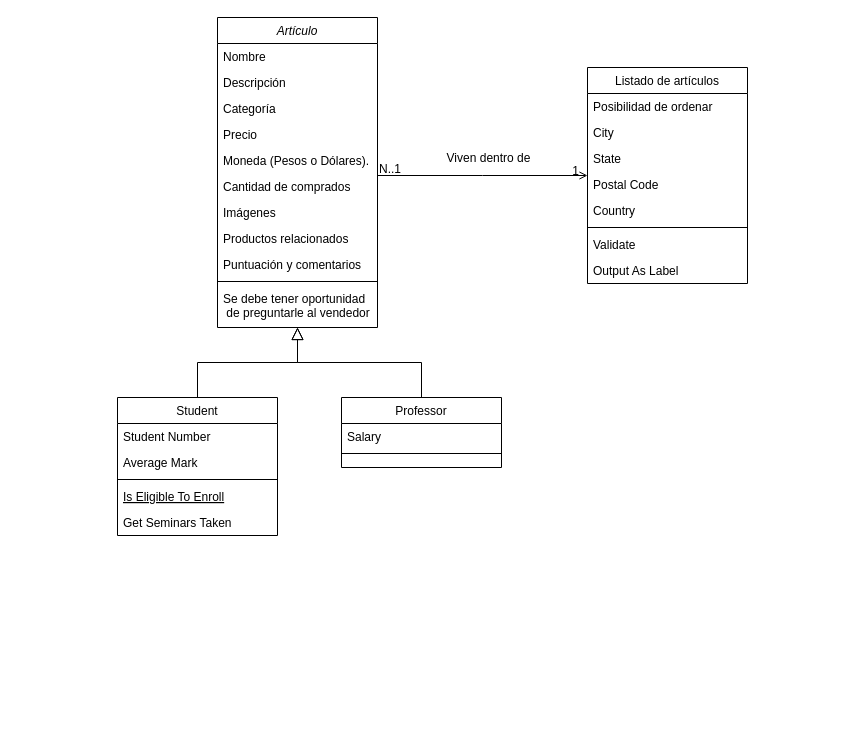
Earlier version of the draw.io diagram Untitled Diagram.drawio (ianarazny/works). Source tidied: cells renumbered, new cells numbered last; positions are measured from the earlier drawing's top-left corner, leaving out a move shared by most shapes. Both pictures are drawn from the tidied source at 100%, with x=0, y=0 at pixel (117, 17).
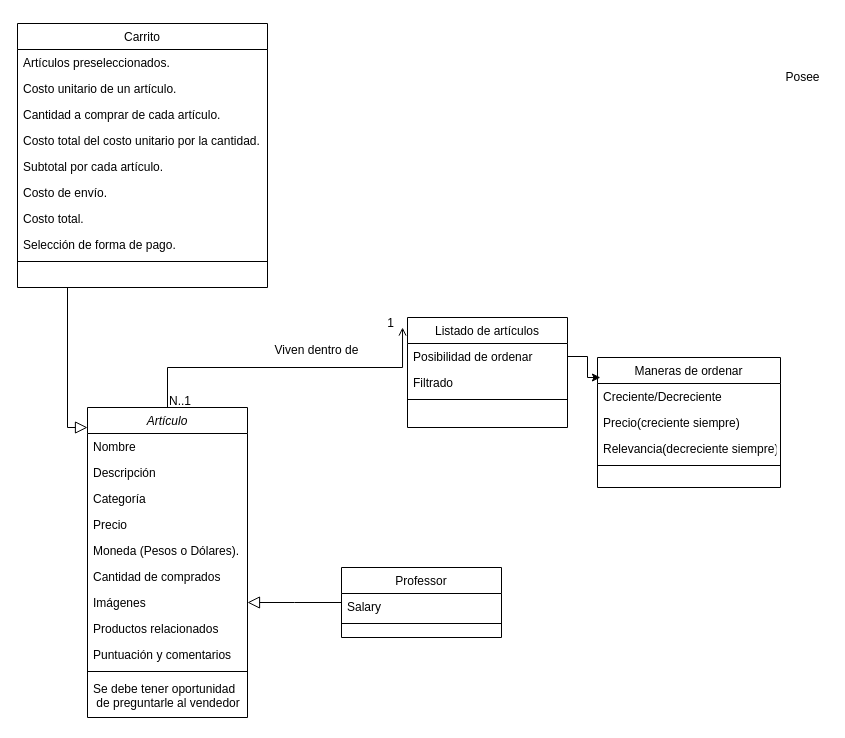
The same diagram, later.

Unchanged cells that the change refers to:
```xml
<mxCell id="26" value="Posibilidad de ordenar" style="text;align=left;verticalAlign=top;spacingLeft=4;spacingRight=4;overflow=hidden;points=[[0,0.5],[1,0.5]];portConstraint=eastwest;" parent="25" vertex="1">
  <mxGeometry y="26" width="160" height="26" as="geometry" />
</mxCell>
```

Diff of the diagram source:
```diff
@@
     <mxCell id="2" value="Artículo" style="swimlane;fontStyle=2;align=center;verticalAlign=top;horizontal=1;startSize=26;rounded=0;shadow=0;strokeWidth=1;" parent="1" vertex="1">
-      <mxGeometry x="100" width="160" height="310" as="geometry" />
+      <mxGeometry x="-30" y="390" width="160" height="310" as="geometry" />
     </mxCell>
@@
-    <mxCell id="14" value="Student" style="swimlane;fontStyle=0;align=center;verticalAlign=top;horizontal=1;startSize=26;rounded=0;shadow=0;strokeWidth=1;" parent="1" vertex="1">
-      <mxGeometry y="380" width="160" height="138" as="geometry" />
+    <mxCell id="14" value="Carrito" style="swimlane;fontStyle=0;align=center;verticalAlign=top;horizontal=1;startSize=26;rounded=0;shadow=0;strokeWidth=1;" parent="1" vertex="1">
+      <mxGeometry x="-100" y="6" width="250" height="264" as="geometry" />
     </mxCell>
-    <mxCell id="15" value="Student Number" style="text;align=left;verticalAlign=top;spacingLeft=4;spacingRight=4;overflow=hidden;" parent="14" vertex="1">
-      <mxGeometry y="26" width="160" height="26" as="geometry" />
+    <mxCell id="15" value="Artículos preseleccionados." style="text;align=left;verticalAlign=top;spacingLeft=4;spacingRight=4;overflow=hidden;" parent="14" vertex="1">
+      <mxGeometry y="26" width="250" height="26" as="geometry" />
     </mxCell>
-    <mxCell id="16" value="Average Mark" style="text;align=left;verticalAlign=top;spacingLeft=4;spacingRight=4;overflow=hidden;rounded=0;shadow=0;html=0;" parent="14" vertex="1">
-      <mxGeometry y="52" width="160" height="26" as="geometry" />
+    <mxCell id="16" value="Costo unitario de un artículo." style="text;align=left;verticalAlign=top;spacingLeft=4;spacingRight=4;overflow=hidden;rounded=0;shadow=0;html=0;" parent="14" vertex="1">
+      <mxGeometry y="52" width="250" height="26" as="geometry" />
     </mxCell>
+    <mxCell id="38" value="Cantidad a comprar de cada artículo.&#10;" style="text;align=left;verticalAlign=top;spacingLeft=4;spacingRight=4;overflow=hidden;rounded=0;shadow=0;html=0;" parent="14" vertex="1">
+      <mxGeometry y="78" width="250" height="26" as="geometry" />
+    </mxCell>
+    <mxCell id="39" value="Costo total del costo unitario por la cantidad." style="text;align=left;verticalAlign=top;spacingLeft=4;spacingRight=4;overflow=hidden;rounded=0;shadow=0;html=0;" parent="14" vertex="1">
+      <mxGeometry y="104" width="250" height="26" as="geometry" />
+    </mxCell>
+    <mxCell id="40" value="Subtotal por cada artículo." style="text;align=left;verticalAlign=top;spacingLeft=4;spacingRight=4;overflow=hidden;rounded=0;shadow=0;html=0;" parent="14" vertex="1">
+      <mxGeometry y="130" width="250" height="26" as="geometry" />
+    </mxCell>
+    <mxCell id="41" value="Costo de envío." style="text;align=left;verticalAlign=top;spacingLeft=4;spacingRight=4;overflow=hidden;rounded=0;shadow=0;html=0;" parent="14" vertex="1">
+      <mxGeometry y="156" width="250" height="26" as="geometry" />
+    </mxCell>
+    <mxCell id="42" value="Costo total." style="text;align=left;verticalAlign=top;spacingLeft=4;spacingRight=4;overflow=hidden;rounded=0;shadow=0;html=0;" parent="14" vertex="1">
+      <mxGeometry y="182" width="250" height="26" as="geometry" />
+    </mxCell>
+    <mxCell id="43" value="Selección de forma de pago." style="text;align=left;verticalAlign=top;spacingLeft=4;spacingRight=4;overflow=hidden;rounded=0;shadow=0;html=0;" parent="14" vertex="1">
+      <mxGeometry y="208" width="250" height="26" as="geometry" />
+    </mxCell>
     <mxCell id="17" style="line;html=1;strokeWidth=1;align=left;verticalAlign=middle;spacingTop=-1;spacingLeft=3;spacingRight=3;labelPosition=right;" parent="14" vertex="1">
-      <mxGeometry y="78" width="160" height="8" as="geometry" />
+      <mxGeometry y="234" width="250" height="8" as="geometry" />
     </mxCell>
-    <mxCell id="18" value="Is Eligible To Enroll" style="text;align=left;verticalAlign=top;spacingLeft=4;spacingRight=4;overflow=hidden;fontStyle=4;" parent="14" vertex="1">
-      <mxGeometry y="86" width="160" height="26" as="geometry" />
-    </mxCell>
-    <mxCell id="19" value="Get Seminars Taken" style="text;align=left;verticalAlign=top;spacingLeft=4;spacingRight=4;overflow=hidden;" parent="14" vertex="1">
-      <mxGeometry y="112" width="160" height="26" as="geometry" />
-    </mxCell>
     <mxCell id="20" style="endArrow=block;endSize=10;endFill=0;shadow=0;strokeWidth=1;rounded=0;edgeStyle=elbowEdgeStyle;elbow=vertical;" parent="1" edge="1" source="14" target="2">
-      <mxGeometry relative="1" as="geometry" />
+      <mxGeometry relative="1" as="geometry">
+        <Array as="points">
+          <mxPoint x="-50" y="410" />
+        </Array>
+      </mxGeometry>
     </mxCell>
     <mxCell id="21" value="Professor" style="swimlane;fontStyle=0;align=center;verticalAlign=top;horizontal=1;startSize=26;rounded=0;shadow=0;strokeWidth=1;" parent="1" vertex="1">
-      <mxGeometry x="224" y="380" width="160" height="70" as="geometry" />
+      <mxGeometry x="224" y="550" width="160" height="70" as="geometry" />
     </mxCell>
@@
     <mxCell id="25" value="Listado de artículos" style="swimlane;fontStyle=0;align=center;verticalAlign=top;horizontal=1;startSize=26;rounded=0;shadow=0;strokeWidth=1;" parent="1" vertex="1">
-      <mxGeometry x="470" y="50" width="160" height="216" as="geometry" />
+      <mxGeometry x="290" y="300" width="160" height="110" as="geometry" />
     </mxCell>
@@
-    <mxCell id="27" value="City" style="text;align=left;verticalAlign=top;spacingLeft=4;spacingRight=4;overflow=hidden;rounded=0;shadow=0;html=0;" parent="25" vertex="1">
+    <mxCell id="27" value="Filtrado" style="text;align=left;verticalAlign=top;spacingLeft=4;spacingRight=4;overflow=hidden;rounded=0;shadow=0;html=0;" parent="25" vertex="1">
       <mxGeometry y="52" width="160" height="26" as="geometry" />
     </mxCell>
-    <mxCell id="28" value="State" style="text;align=left;verticalAlign=top;spacingLeft=4;spacingRight=4;overflow=hidden;rounded=0;shadow=0;html=0;" parent="25" vertex="1">
-      <mxGeometry y="78" width="160" height="26" as="geometry" />
-    </mxCell>
-    <mxCell id="29" value="Postal Code" style="text;align=left;verticalAlign=top;spacingLeft=4;spacingRight=4;overflow=hidden;rounded=0;shadow=0;html=0;" parent="25" vertex="1">
-      <mxGeometry y="104" width="160" height="26" as="geometry" />
-    </mxCell>
-    <mxCell id="30" value="Country" style="text;align=left;verticalAlign=top;spacingLeft=4;spacingRight=4;overflow=hidden;rounded=0;shadow=0;html=0;" parent="25" vertex="1">
-      <mxGeometry y="130" width="160" height="26" as="geometry" />
-    </mxCell>
     <mxCell id="31" style="line;html=1;strokeWidth=1;align=left;verticalAlign=middle;spacingTop=-1;spacingLeft=3;spacingRight=3;labelPosition=right;" parent="25" vertex="1">
-      <mxGeometry y="156" width="160" height="8" as="geometry" />
+      <mxGeometry y="78" width="160" height="8" as="geometry" />
     </mxCell>
-    <mxCell id="32" value="Validate" style="text;align=left;verticalAlign=top;spacingLeft=4;spacingRight=4;overflow=hidden;" parent="25" vertex="1">
-      <mxGeometry y="164" width="160" height="26" as="geometry" />
-    </mxCell>
-    <mxCell id="33" value="Output As Label" style="text;align=left;verticalAlign=top;spacingLeft=4;spacingRight=4;overflow=hidden;" parent="25" vertex="1">
-      <mxGeometry y="190" width="160" height="26" as="geometry" />
-    </mxCell>
-    <mxCell id="34" style="endArrow=open;shadow=0;strokeWidth=1;rounded=0;endFill=1;edgeStyle=elbowEdgeStyle;elbow=vertical;" parent="1" edge="1" source="2" target="25">
+    <mxCell id="34" style="endArrow=open;shadow=0;strokeWidth=1;rounded=0;endFill=1;edgeStyle=elbowEdgeStyle;elbow=vertical;entryX=-0.031;entryY=0.091;entryDx=0;entryDy=0;entryPerimeter=0;" parent="1" edge="1" source="2" target="25">
       <mxGeometry x="0.5" y="41" relative="1" as="geometry">
         <mxPoint x="-40" y="32" as="offset" />
       </mxGeometry>
     </mxCell>
@@
+    <mxCell id="44" value="Maneras de ordenar" style="swimlane;fontStyle=0;align=center;verticalAlign=top;horizontal=1;startSize=26;rounded=0;shadow=0;strokeWidth=1;" parent="1" vertex="1">
+      <mxGeometry x="480" y="340" width="183" height="130" as="geometry" />
+    </mxCell>
+    <mxCell id="45" value="Creciente/Decreciente" style="text;align=left;verticalAlign=top;spacingLeft=4;spacingRight=4;overflow=hidden;" parent="44" vertex="1">
+      <mxGeometry y="26" width="183" height="26" as="geometry" />
+    </mxCell>
+    <mxCell id="46" value="Precio(creciente siempre)" style="text;align=left;verticalAlign=top;spacingLeft=4;spacingRight=4;overflow=hidden;rounded=0;shadow=0;html=0;" parent="44" vertex="1">
+      <mxGeometry y="52" width="183" height="26" as="geometry" />
+    </mxCell>
+    <mxCell id="47" value="Relevancia(decreciente siempre)" style="text;align=left;verticalAlign=top;spacingLeft=4;spacingRight=4;overflow=hidden;rounded=0;shadow=0;html=0;" parent="44" vertex="1">
+      <mxGeometry y="78" width="183" height="26" as="geometry" />
+    </mxCell>
+    <mxCell id="48" style="line;html=1;strokeWidth=1;align=left;verticalAlign=middle;spacingTop=-1;spacingLeft=3;spacingRight=3;labelPosition=right;" parent="44" vertex="1">
+      <mxGeometry y="104" width="183" height="8" as="geometry" />
+    </mxCell>
+    <mxCell id="49" style="edgeStyle=orthogonalEdgeStyle;rounded=0;jettySize=auto;html=1;entryX=0.016;entryY=0.154;entryDx=0;entryDy=0;entryPerimeter=0;" parent="1" edge="1" source="26" target="44">
+      <mxGeometry relative="1" as="geometry" />
+    </mxCell>
+    <mxCell id="50" value="Posee" style="text;html=1;align=center;verticalAlign=middle;strokeColor=none;" parent="1" vertex="1">
+      <mxGeometry x="660" y="50" width="50" height="20" as="geometry" />
+    </mxCell>
```
